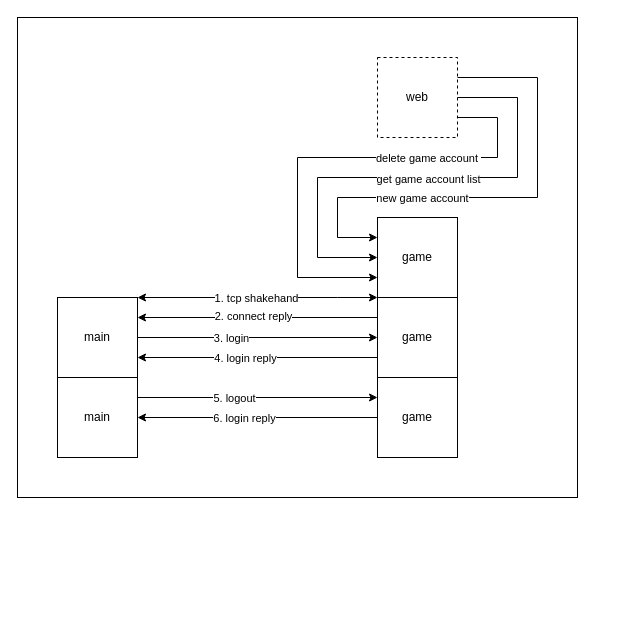
The draw.io diagram docs/account.drawio in xujintao/balgass, before the edit. Source tidied: cells renumbered, new cells numbered last; positions are measured from the earlier drawing's top-left corner, leaving out a move shared by most shapes. Both pictures are drawn from the tidied source at 100%, with x=0, y=0 at pixel (17, 17).
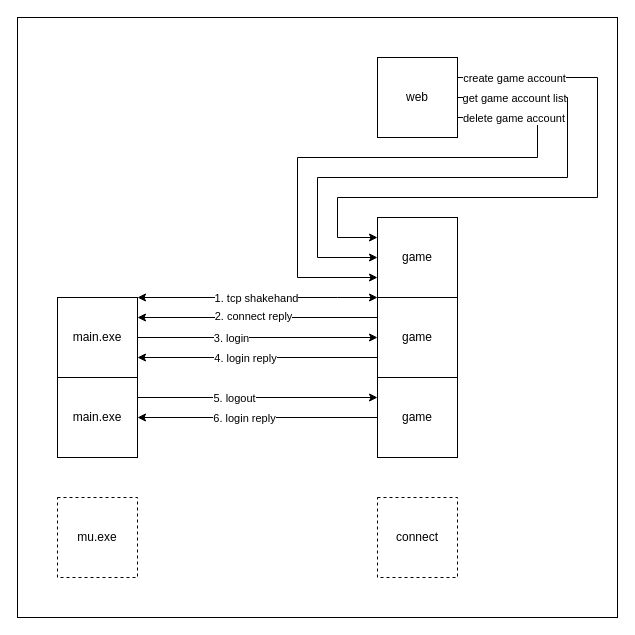
The same page after the edit.

Unchanged cells that the change refers to:
```xml
<mxCell id="12" value="game" style="rounded=0;whiteSpace=wrap;html=1;" parent="1" vertex="1">
  <mxGeometry x="360" y="200" width="80" height="80" as="geometry" />
</mxCell>
```

Diff of the diagram source:
```diff
@@
     <mxCell id="2" style="rounded=0;whiteSpace=wrap;html=1;" parent="1" vertex="1">
-      <mxGeometry width="560" height="480" as="geometry" />
+      <mxGeometry width="600" height="600" as="geometry" />
     </mxCell>
-    <mxCell id="3" value="main" style="rounded=0;whiteSpace=wrap;html=1;" parent="1" vertex="1">
+    <mxCell id="3" value="main.exe" style="rounded=0;whiteSpace=wrap;html=1;" parent="1" vertex="1">
       <mxGeometry x="40" y="280" width="80" height="80" as="geometry" />
     </mxCell>
-    <mxCell id="4" value="web" style="rounded=0;whiteSpace=wrap;html=1;dashed=1;" parent="1" vertex="1">
+    <mxCell id="4" value="web" style="rounded=0;whiteSpace=wrap;html=1;" parent="1" vertex="1">
       <mxGeometry x="360" y="40" width="80" height="80" as="geometry" />
     </mxCell>
@@
     <mxCell id="13" style="endArrow=classic;html=1;rounded=0;exitX=1;exitY=0.25;exitDx=0;exitDy=0;entryX=0;entryY=0.25;entryDx=0;entryDy=0;" parent="1" edge="1" source="4" target="12">
       <mxGeometry relative="1" as="geometry">
         <Array as="points">
-          <mxPoint x="520" y="60" />
-          <mxPoint x="520" y="180" />
+          <mxPoint x="580" y="60" />
+          <mxPoint x="580" y="180" />
           <mxPoint x="320" y="180" />
           <mxPoint x="320" y="220" />
         </Array>
       </mxGeometry>
     </mxCell>
-    <mxCell id="14" value="new game account" style="edgeLabel;html=1;align=center;verticalAlign=middle;" parent="13" vertex="1">
+    <mxCell id="14" value="create game account" style="edgeLabel;html=1;align=center;verticalAlign=middle;" parent="13" vertex="1">
       <mxGeometry x="0.08" relative="1" as="geometry">
-        <mxPoint x="-57" as="offset" />
+        <mxPoint x="-20" y="-120" as="offset" />
       </mxGeometry>
     </mxCell>
     <mxCell id="15" style="endArrow=classic;html=1;rounded=0;exitX=1;exitY=0.75;exitDx=0;exitDy=0;entryX=0;entryY=0.75;entryDx=0;entryDy=0;" parent="1" edge="1" source="4" target="12">
       <mxGeometry relative="1" as="geometry">
         <Array as="points">
-          <mxPoint x="480" y="100" />
-          <mxPoint x="480" y="140" />
+          <mxPoint x="520" y="100" />
+          <mxPoint x="520" y="140" />
           <mxPoint x="280" y="140" />
           <mxPoint x="280" y="260" />
         </Array>
       </mxGeometry>
     </mxCell>
     <mxCell id="16" value="delete game account&amp;nbsp;" style="edgeLabel;html=1;align=center;verticalAlign=middle;" parent="15" vertex="1">
       <mxGeometry x="0.53" relative="1" as="geometry">
-        <mxPoint x="130" y="-87" as="offset" />
+        <mxPoint x="217" y="-108" as="offset" />
       </mxGeometry>
     </mxCell>
@@
     <mxCell id="19" style="endArrow=classic;html=1;rounded=0;entryX=0;entryY=0.5;entryDx=0;entryDy=0;exitX=1;exitY=0.5;exitDx=0;exitDy=0;" parent="1" edge="1" source="4" target="12">
       <mxGeometry relative="1" as="geometry">
         <Array as="points">
-          <mxPoint x="500" y="80" />
-          <mxPoint x="500" y="160" />
+          <mxPoint x="550" y="80" />
+          <mxPoint x="550" y="160" />
           <mxPoint x="300" y="160" />
           <mxPoint x="300" y="240" />
         </Array>
       </mxGeometry>
     </mxCell>
     <mxCell id="20" value="get game account list" style="edgeLabel;html=1;align=center;verticalAlign=middle;" parent="19" vertex="1">
       <mxGeometry x="0.67" y="-1" relative="1" as="geometry">
-        <mxPoint x="111" y="-60" as="offset" />
+        <mxPoint x="197" y="-124" as="offset" />
       </mxGeometry>
     </mxCell>
-    <mxCell id="21" value="main" style="rounded=0;whiteSpace=wrap;html=1;" parent="1" vertex="1">
+    <mxCell id="21" value="main.exe" style="rounded=0;whiteSpace=wrap;html=1;" parent="1" vertex="1">
       <mxGeometry x="40" y="360" width="80" height="80" as="geometry" />
     </mxCell>
@@
+    <mxCell id="27" value="mu.exe" style="rounded=0;whiteSpace=wrap;html=1;dashed=1;" parent="1" vertex="1">
+      <mxGeometry x="40" y="480" width="80" height="80" as="geometry" />
+    </mxCell>
+    <mxCell id="28" value="connect" style="rounded=0;whiteSpace=wrap;html=1;dashed=1;" parent="1" vertex="1">
+      <mxGeometry x="360" y="480" width="80" height="80" as="geometry" />
+    </mxCell>
```
